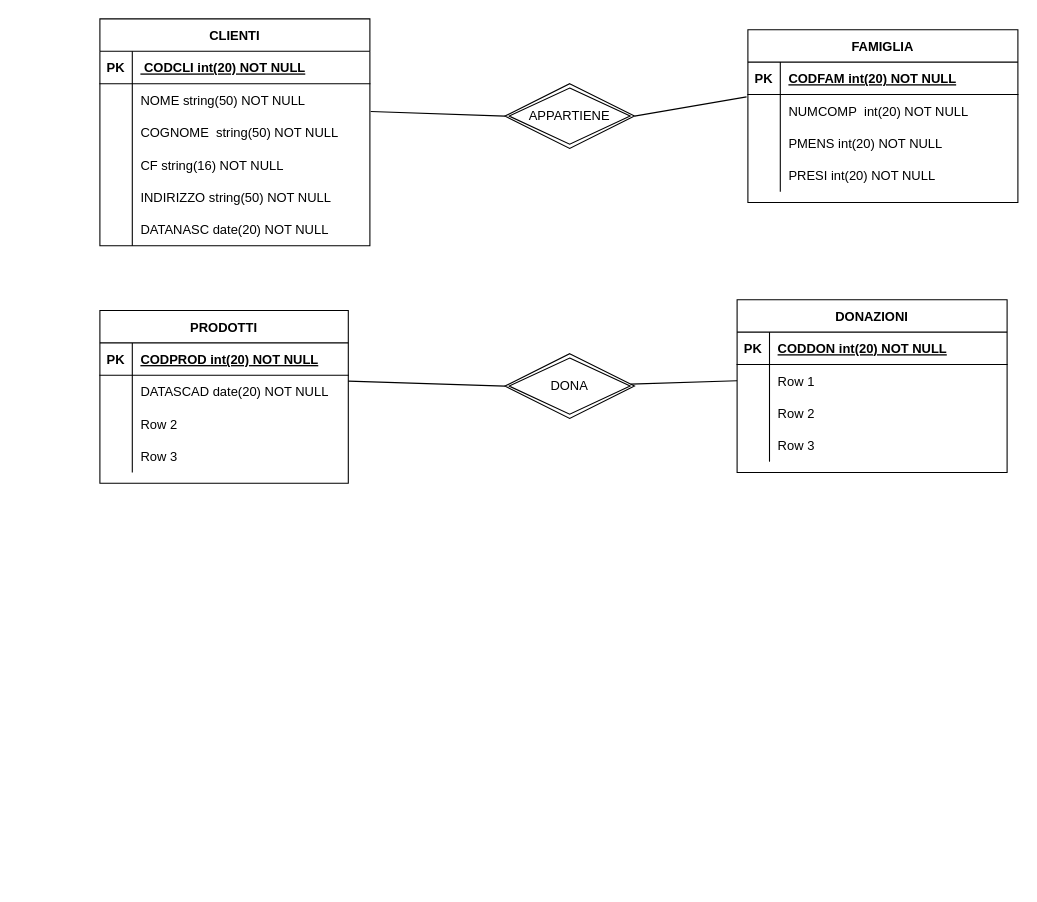
The draw.io diagram ER_BD.drawio in pizzo-kyle/unige, before the edit. Source tidied: cells renumbered, new cells numbered last; positions are measured from the earlier drawing's top-left corner, leaving out a move shared by most shapes. Both pictures are drawn from the tidied source at 108%, with x=0, y=0 at pixel (99, 18).
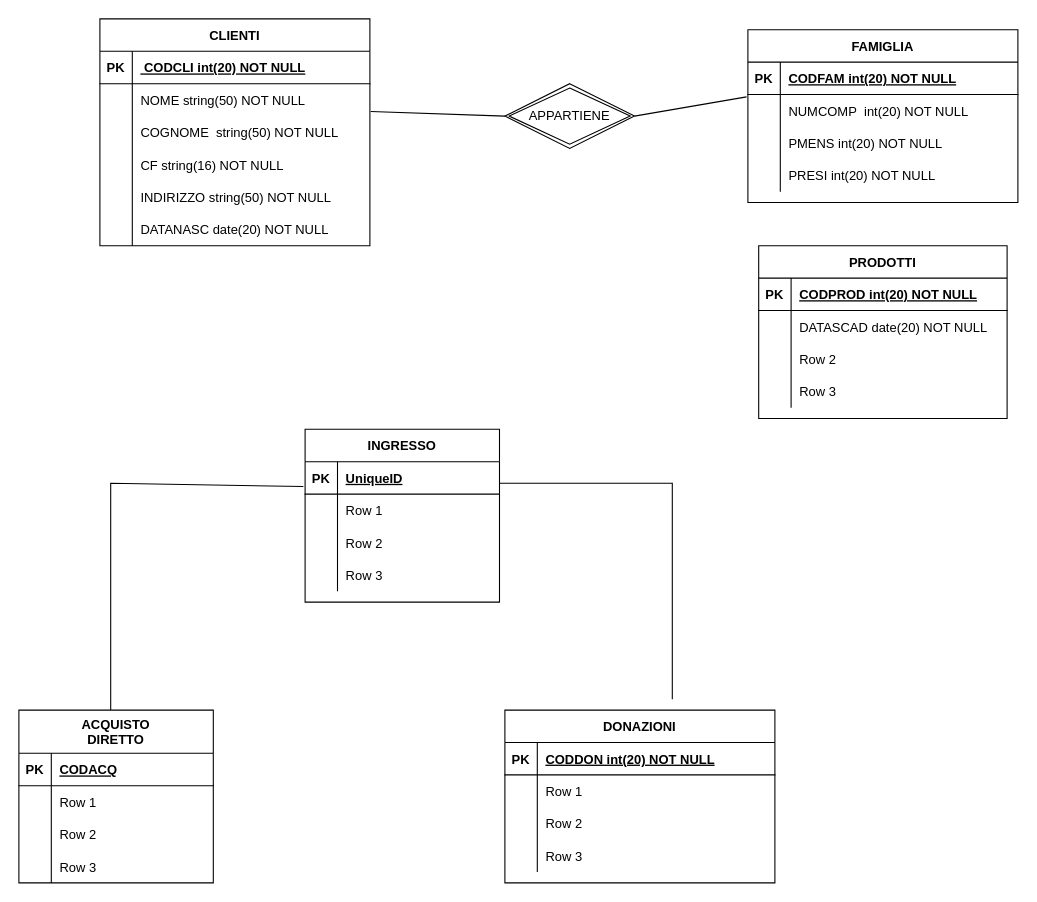
After the change.

The change refers to these unchanged cells:
```xml
<mxCell id="41" style="shape=tableRow;horizontal=0;startSize=0;swimlaneHead=0;swimlaneBody=0;fillColor=none;points=[[0,0.5],[1,0.5]];portConstraint=eastwest;top=0;left=0;right=0;bottom=0;" parent="37" vertex="1">
  <mxGeometry y="60" width="230" height="30" as="geometry" />
</mxCell>
<mxCell id="54" style="shape=tableRow;horizontal=0;startSize=0;swimlaneHead=0;swimlaneBody=0;fillColor=none;points=[[0,0.5],[1,0.5]];portConstraint=eastwest;top=0;left=0;right=0;bottom=0;" parent="50" vertex="1">
  <mxGeometry y="60" width="250" height="30" as="geometry" />
</mxCell>
```

The edit, as a diff of the source:
```diff
@@
     <mxCell id="37" value="PRODOTTI" style="shape=table;startSize=30;childLayout=tableLayout;rowLines=0;fontStyle=1;align=center;" parent="1" vertex="1">
-      <mxGeometry y="270" width="230" height="160" as="geometry" />
+      <mxGeometry x="610" y="210" width="230" height="160" as="geometry" />
     </mxCell>
@@
     <mxCell id="50" value="DONAZIONI" style="shape=table;startSize=30;childLayout=tableLayout;rowLines=0;fontStyle=1;align=center;" parent="1" vertex="1">
-      <mxGeometry x="590" y="260" width="250" height="160" as="geometry" />
+      <mxGeometry x="375" y="640" width="250" height="160" as="geometry" />
     </mxCell>
@@
-    <mxCell id="63" value="DONA" style="shape=rhombus;double=1;perimeter=rhombusPerimeter;whiteSpace=wrap;html=1;align=center;" parent="1" vertex="1">
-      <mxGeometry x="375" y="310" width="120" height="60" as="geometry" />
-    </mxCell>
-    <mxCell id="64" style="endArrow=none;html=1;rounded=0;exitX=1;exitY=0.18;exitDx=0;exitDy=0;exitPerimeter=0;entryX=0;entryY=0.5;entryDx=0;entryDy=0;" parent="1" edge="1" source="41" target="63">
-      <mxGeometry relative="1" as="geometry" />
-    </mxCell>
-    <mxCell id="65" style="endArrow=none;html=1;rounded=0;entryX=0;entryY=0.5;entryDx=0;entryDy=0;" parent="1" edge="1" source="63" target="54">
-      <mxGeometry relative="1" as="geometry" />
-    </mxCell>
+    <mxCell id="66" value="INGRESSO" style="shape=table;startSize=30;childLayout=tableLayout;rowLines=0;fontStyle=1;align=center;" parent="1" vertex="1">
+      <mxGeometry x="190" y="380" width="180" height="160" as="geometry" />
+    </mxCell>
+    <mxCell id="67" style="shape=tableRow;horizontal=0;startSize=0;swimlaneHead=0;swimlaneBody=0;fillColor=none;points=[[0,0.5],[1,0.5]];portConstraint=eastwest;top=0;left=0;right=0;bottom=1;" parent="66" vertex="1">
+      <mxGeometry y="30" width="180" height="30" as="geometry" />
+    </mxCell>
+    <mxCell id="68" value="PK" style="shape=partialRectangle;fillColor=none;top=0;left=0;bottom=0;right=0;fontStyle=1;overflow=hidden;" parent="67" vertex="1">
+      <mxGeometry width="30" height="30" as="geometry" />
+    </mxCell>
+    <mxCell id="69" value="UniqueID" style="shape=partialRectangle;fillColor=none;top=0;left=0;bottom=0;right=0;align=left;spacingLeft=6;fontStyle=5;overflow=hidden;" parent="67" vertex="1">
+      <mxGeometry x="30" width="150" height="30" as="geometry" />
+    </mxCell>
+    <mxCell id="70" style="shape=tableRow;horizontal=0;startSize=0;swimlaneHead=0;swimlaneBody=0;fillColor=none;top=0;left=0;right=0;bottom=0;" parent="66" vertex="1">
+      <mxGeometry y="60" width="180" height="30" as="geometry" />
+    </mxCell>
+    <mxCell id="71" style="shape=partialRectangle;fillColor=none;top=0;left=0;bottom=0;right=0;overflow=hidden;" parent="70" vertex="1">
+      <mxGeometry width="30" height="30" as="geometry" />
+    </mxCell>
+    <mxCell id="72" value="Row 1" style="shape=partialRectangle;fillColor=none;top=0;left=0;bottom=0;right=0;align=left;spacingLeft=6;overflow=hidden;" parent="70" vertex="1">
+      <mxGeometry x="30" width="150" height="30" as="geometry" />
+    </mxCell>
+    <mxCell id="73" style="shape=tableRow;horizontal=0;startSize=0;swimlaneHead=0;swimlaneBody=0;fillColor=none;top=0;left=0;right=0;bottom=0;" parent="66" vertex="1">
+      <mxGeometry y="90" width="180" height="30" as="geometry" />
+    </mxCell>
+    <mxCell id="74" style="shape=partialRectangle;fillColor=none;top=0;left=0;bottom=0;right=0;overflow=hidden;" parent="73" vertex="1">
+      <mxGeometry width="30" height="30" as="geometry" />
+    </mxCell>
+    <mxCell id="75" value="Row 2" style="shape=partialRectangle;fillColor=none;top=0;left=0;bottom=0;right=0;align=left;spacingLeft=6;overflow=hidden;" parent="73" vertex="1">
+      <mxGeometry x="30" width="150" height="30" as="geometry" />
+    </mxCell>
+    <mxCell id="76" style="shape=tableRow;horizontal=0;startSize=0;swimlaneHead=0;swimlaneBody=0;fillColor=none;top=0;left=0;right=0;bottom=0;" parent="66" vertex="1">
+      <mxGeometry y="120" width="180" height="30" as="geometry" />
+    </mxCell>
+    <mxCell id="77" style="shape=partialRectangle;fillColor=none;top=0;left=0;bottom=0;right=0;overflow=hidden;" parent="76" vertex="1">
+      <mxGeometry width="30" height="30" as="geometry" />
+    </mxCell>
+    <mxCell id="78" value="Row 3" style="shape=partialRectangle;fillColor=none;top=0;left=0;bottom=0;right=0;align=left;spacingLeft=6;overflow=hidden;" parent="76" vertex="1">
+      <mxGeometry x="30" width="150" height="30" as="geometry" />
+    </mxCell>
+    <mxCell id="79" style="endArrow=none;html=1;rounded=0;" parent="1" edge="1">
+      <mxGeometry relative="1" as="geometry">
+        <mxPoint x="370" y="430" as="sourcePoint" />
+        <mxPoint x="530" y="630" as="targetPoint" />
+        <Array as="points">
+          <mxPoint x="530" y="430" />
+        </Array>
+      </mxGeometry>
+    </mxCell>
+    <mxCell id="80" value="ACQUISTO&#10;DIRETTO" style="shape=table;startSize=40;childLayout=tableLayout;rowLines=0;fontStyle=1;align=center;" parent="1" vertex="1">
+      <mxGeometry x="-75" y="640" width="180" height="160" as="geometry" />
+    </mxCell>
+    <mxCell id="81" style="shape=tableRow;horizontal=0;startSize=0;swimlaneHead=0;swimlaneBody=0;fillColor=none;top=0;left=0;right=0;bottom=1;" parent="80" vertex="1">
+      <mxGeometry y="40" width="180" height="30" as="geometry" />
+    </mxCell>
+    <mxCell id="82" value="PK" style="shape=partialRectangle;fillColor=none;top=0;left=0;bottom=0;right=0;fontStyle=1;overflow=hidden;" parent="81" vertex="1">
+      <mxGeometry width="30" height="30" as="geometry" />
+    </mxCell>
+    <mxCell id="83" value="CODACQ" style="shape=partialRectangle;fillColor=none;top=0;left=0;bottom=0;right=0;align=left;spacingLeft=6;fontStyle=5;overflow=hidden;" parent="81" vertex="1">
+      <mxGeometry x="30" width="150" height="30" as="geometry" />
+    </mxCell>
+    <mxCell id="84" style="shape=tableRow;horizontal=0;startSize=0;swimlaneHead=0;swimlaneBody=0;fillColor=none;top=0;left=0;right=0;bottom=0;" parent="80" vertex="1">
+      <mxGeometry y="70" width="180" height="30" as="geometry" />
+    </mxCell>
+    <mxCell id="85" style="shape=partialRectangle;fillColor=none;top=0;left=0;bottom=0;right=0;overflow=hidden;" parent="84" vertex="1">
+      <mxGeometry width="30" height="30" as="geometry" />
+    </mxCell>
+    <mxCell id="86" value="Row 1" style="shape=partialRectangle;fillColor=none;top=0;left=0;bottom=0;right=0;align=left;spacingLeft=6;overflow=hidden;" parent="84" vertex="1">
+      <mxGeometry x="30" width="150" height="30" as="geometry" />
+    </mxCell>
+    <mxCell id="87" style="shape=tableRow;horizontal=0;startSize=0;swimlaneHead=0;swimlaneBody=0;fillColor=none;top=0;left=0;right=0;bottom=0;" parent="80" vertex="1">
+      <mxGeometry y="100" width="180" height="30" as="geometry" />
+    </mxCell>
+    <mxCell id="88" style="shape=partialRectangle;fillColor=none;top=0;left=0;bottom=0;right=0;overflow=hidden;" parent="87" vertex="1">
+      <mxGeometry width="30" height="30" as="geometry" />
+    </mxCell>
+    <mxCell id="89" value="Row 2" style="shape=partialRectangle;fillColor=none;top=0;left=0;bottom=0;right=0;align=left;spacingLeft=6;overflow=hidden;" parent="87" vertex="1">
+      <mxGeometry x="30" width="150" height="30" as="geometry" />
+    </mxCell>
+    <mxCell id="90" style="shape=tableRow;horizontal=0;startSize=0;swimlaneHead=0;swimlaneBody=0;fillColor=none;top=0;left=0;right=0;bottom=0;" parent="80" vertex="1">
+      <mxGeometry y="130" width="180" height="30" as="geometry" />
+    </mxCell>
+    <mxCell id="91" style="shape=partialRectangle;fillColor=none;top=0;left=0;bottom=0;right=0;overflow=hidden;" parent="90" vertex="1">
+      <mxGeometry width="30" height="30" as="geometry" />
+    </mxCell>
+    <mxCell id="92" value="Row 3" style="shape=partialRectangle;fillColor=none;top=0;left=0;bottom=0;right=0;align=left;spacingLeft=6;overflow=hidden;" parent="90" vertex="1">
+      <mxGeometry x="30" width="150" height="30" as="geometry" />
+    </mxCell>
+    <mxCell id="93" style="endArrow=none;html=1;rounded=0;entryX=-0.009;entryY=0.767;entryDx=0;entryDy=0;entryPerimeter=0;" parent="1" edge="1" target="67">
+      <mxGeometry relative="1" as="geometry">
+        <mxPoint x="10" y="440" as="sourcePoint" />
+        <Array as="points">
+          <mxPoint x="10" y="640" />
+          <mxPoint x="10" y="430" />
+        </Array>
+      </mxGeometry>
+    </mxCell>
```
